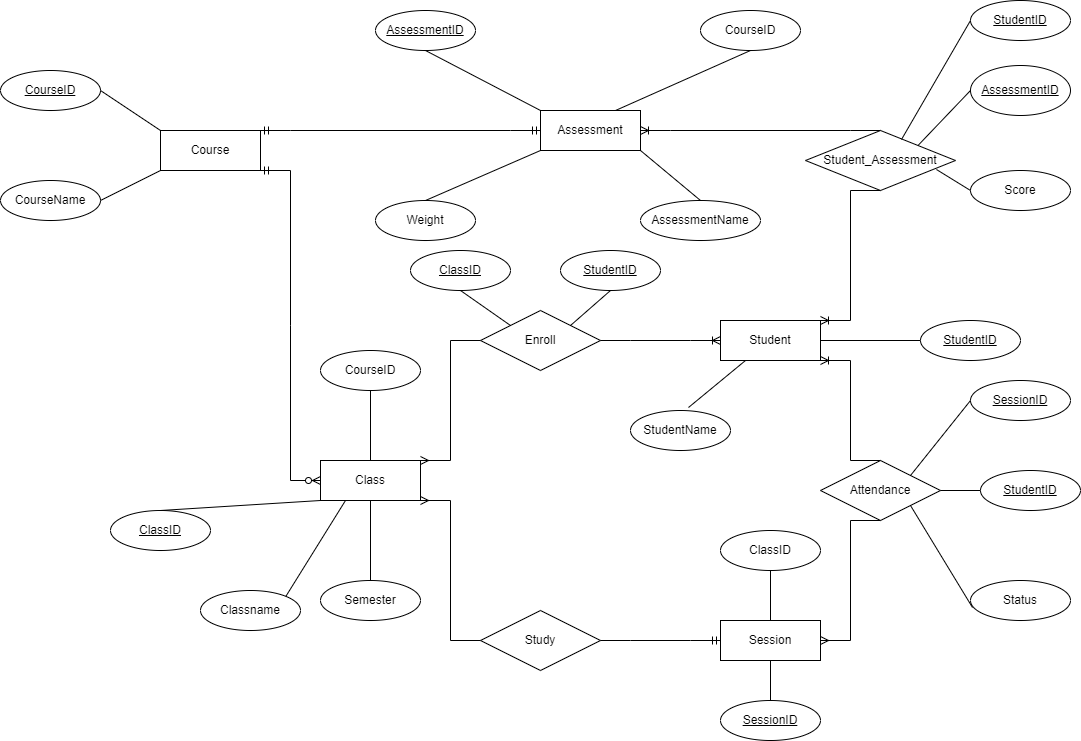
Above: Untitled Diagram.drawio.png in nghiatdhe163119/DBI202-MyAssigment (draw.io), before the change. Source tidied: cells renumbered, new cells last; positions are measured from the earlier drawing's top-left corner, leaving out a move shared by most shapes.
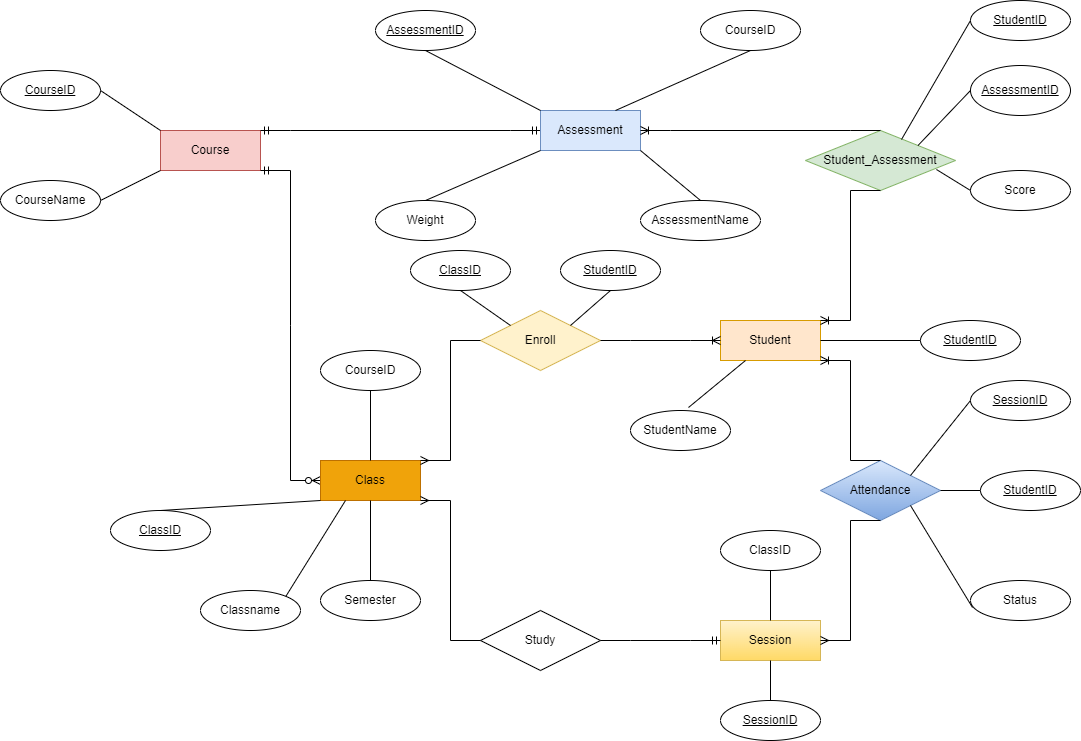
The same file after the commit.

The edit, as a diff of the source:
```diff
@@ -2,22 +2,22 @@
   <root>
     <mxCell id="0" />
     <mxCell id="1" parent="0" />
-    <mxCell id="2" value="Course" style="whiteSpace=wrap;html=1;align=center;" parent="1" vertex="1">
+    <mxCell id="2" value="Course" style="whiteSpace=wrap;html=1;align=center;fillColor=#f8cecc;strokeColor=#b85450;" parent="1" vertex="1">
       <mxGeometry x="160" y="130" width="100" height="40" as="geometry" />
     </mxCell>
     <mxCell id="3" style="edgeStyle=entityRelationEdgeStyle;fontSize=12;html=1;endArrow=ERmandOne;startArrow=ERmandOne;rounded=0;exitX=1;exitY=0;exitDx=0;exitDy=0;entryX=0;entryY=0.5;entryDx=0;entryDy=0;" parent="1" edge="1" source="2" target="4">
       <mxGeometry relative="1" as="geometry" />
     </mxCell>
-    <mxCell id="4" value="Assessment" style="whiteSpace=wrap;html=1;align=center;" parent="1" vertex="1">
+    <mxCell id="4" value="Assessment" style="whiteSpace=wrap;html=1;align=center;fillColor=#dae8fc;strokeColor=#6c8ebf;" parent="1" vertex="1">
       <mxGeometry x="540" y="110" width="100" height="40" as="geometry" />
     </mxCell>
     <mxCell id="5" style="edgeStyle=entityRelationEdgeStyle;fontSize=12;html=1;endArrow=ERzeroToMany;startArrow=ERmandOne;rounded=0;exitX=1;exitY=1;exitDx=0;exitDy=0;" parent="1" edge="1" source="2" target="6">
       <mxGeometry relative="1" as="geometry" />
     </mxCell>
-    <mxCell id="6" value="Class" style="whiteSpace=wrap;html=1;align=center;" parent="1" vertex="1">
+    <mxCell id="6" value="Class" style="whiteSpace=wrap;html=1;align=center;fillColor=#f0a30a;fontColor=#000000;strokeColor=#BD7000;" parent="1" vertex="1">
       <mxGeometry x="320" y="460" width="100" height="40" as="geometry" />
     </mxCell>
-    <mxCell id="7" value="Enroll" style="shape=rhombus;perimeter=rhombusPerimeter;whiteSpace=wrap;html=1;align=center;" parent="1" vertex="1">
+    <mxCell id="7" value="Enroll" style="shape=rhombus;perimeter=rhombusPerimeter;whiteSpace=wrap;html=1;align=center;fillColor=#fff2cc;strokeColor=#d6b656;" parent="1" vertex="1">
       <mxGeometry x="480" y="310" width="120" height="60" as="geometry" />
     </mxCell>
     <mxCell id="8" style="edgeStyle=entityRelationEdgeStyle;fontSize=12;html=1;endArrow=ERmany;rounded=0;entryX=1;entryY=0;entryDx=0;entryDy=0;exitX=0;exitY=0.5;exitDx=0;exitDy=0;" parent="1" edge="1" source="7" target="6">
@@ -29,13 +29,13 @@
     <mxCell id="10" style="edgeStyle=entityRelationEdgeStyle;fontSize=12;html=1;endArrow=ERmany;rounded=0;entryX=1;entryY=1;entryDx=0;entryDy=0;exitX=0;exitY=0.5;exitDx=0;exitDy=0;" parent="1" edge="1" source="9" target="6">
       <mxGeometry relative="1" as="geometry" />
     </mxCell>
-    <mxCell id="11" value="Student" style="whiteSpace=wrap;html=1;align=center;" parent="1" vertex="1">
+    <mxCell id="11" value="Student" style="whiteSpace=wrap;html=1;align=center;fillColor=#ffe6cc;strokeColor=#d79b00;" parent="1" vertex="1">
       <mxGeometry x="720" y="320" width="100" height="40" as="geometry" />
     </mxCell>
     <mxCell id="12" style="edgeStyle=entityRelationEdgeStyle;fontSize=12;html=1;endArrow=ERoneToMany;rounded=0;entryX=0;entryY=0.5;entryDx=0;entryDy=0;" parent="1" edge="1" source="7" target="11">
       <mxGeometry relative="1" as="geometry" />
     </mxCell>
-    <mxCell id="13" value="Session" style="whiteSpace=wrap;html=1;align=center;" parent="1" vertex="1">
+    <mxCell id="13" value="Session" style="whiteSpace=wrap;html=1;align=center;fillColor=#fff2cc;gradientColor=#ffd966;strokeColor=#d6b656;" parent="1" vertex="1">
       <mxGeometry x="720" y="620" width="100" height="40" as="geometry" />
     </mxCell>
     <mxCell id="14" style="edgeStyle=entityRelationEdgeStyle;fontSize=12;html=1;endArrow=ERmandOne;rounded=0;entryX=0;entryY=0.5;entryDx=0;entryDy=0;" parent="1" edge="1" source="9" target="13">
@@ -44,7 +44,7 @@
     <mxCell id="15" style="edgeStyle=orthogonalEdgeStyle;rounded=0;orthogonalLoop=1;jettySize=auto;html=1;exitX=0.5;exitY=1;exitDx=0;exitDy=0;" parent="1" edge="1" source="13" target="13">
       <mxGeometry relative="1" as="geometry" />
     </mxCell>
-    <mxCell id="16" value="Attendance" style="shape=rhombus;perimeter=rhombusPerimeter;whiteSpace=wrap;html=1;align=center;" parent="1" vertex="1">
+    <mxCell id="16" value="Attendance" style="shape=rhombus;perimeter=rhombusPerimeter;whiteSpace=wrap;html=1;align=center;fillColor=#dae8fc;gradientColor=#7ea6e0;strokeColor=#6c8ebf;" parent="1" vertex="1">
       <mxGeometry x="820" y="460" width="120" height="60" as="geometry" />
     </mxCell>
     <mxCell id="17" style="edgeStyle=entityRelationEdgeStyle;fontSize=12;html=1;endArrow=ERoneToMany;rounded=0;exitX=0.5;exitY=0;exitDx=0;exitDy=0;entryX=1;entryY=1;entryDx=0;entryDy=0;" parent="1" edge="1" source="16" target="11">
@@ -53,7 +53,7 @@
     <mxCell id="18" style="edgeStyle=entityRelationEdgeStyle;fontSize=12;html=1;endArrow=ERmany;rounded=0;entryX=1;entryY=0.5;entryDx=0;entryDy=0;exitX=0.5;exitY=1;exitDx=0;exitDy=0;" parent="1" edge="1" source="16" target="13">
       <mxGeometry relative="1" as="geometry" />
     </mxCell>
-    <mxCell id="19" value="Student_Assessment" style="shape=rhombus;perimeter=rhombusPerimeter;whiteSpace=wrap;html=1;align=center;" parent="1" vertex="1">
+    <mxCell id="19" value="Student_Assessment" style="shape=rhombus;perimeter=rhombusPerimeter;whiteSpace=wrap;html=1;align=center;fillColor=#d5e8d4;strokeColor=#82b366;" parent="1" vertex="1">
       <mxGeometry x="805" y="130" width="150" height="60" as="geometry" />
     </mxCell>
     <mxCell id="20" style="edgeStyle=entityRelationEdgeStyle;fontSize=12;html=1;endArrow=ERoneToMany;rounded=0;entryX=1;entryY=0.5;entryDx=0;entryDy=0;exitX=0.5;exitY=0;exitDx=0;exitDy=0;" parent="1" edge="1" source="19" target="4">
```
